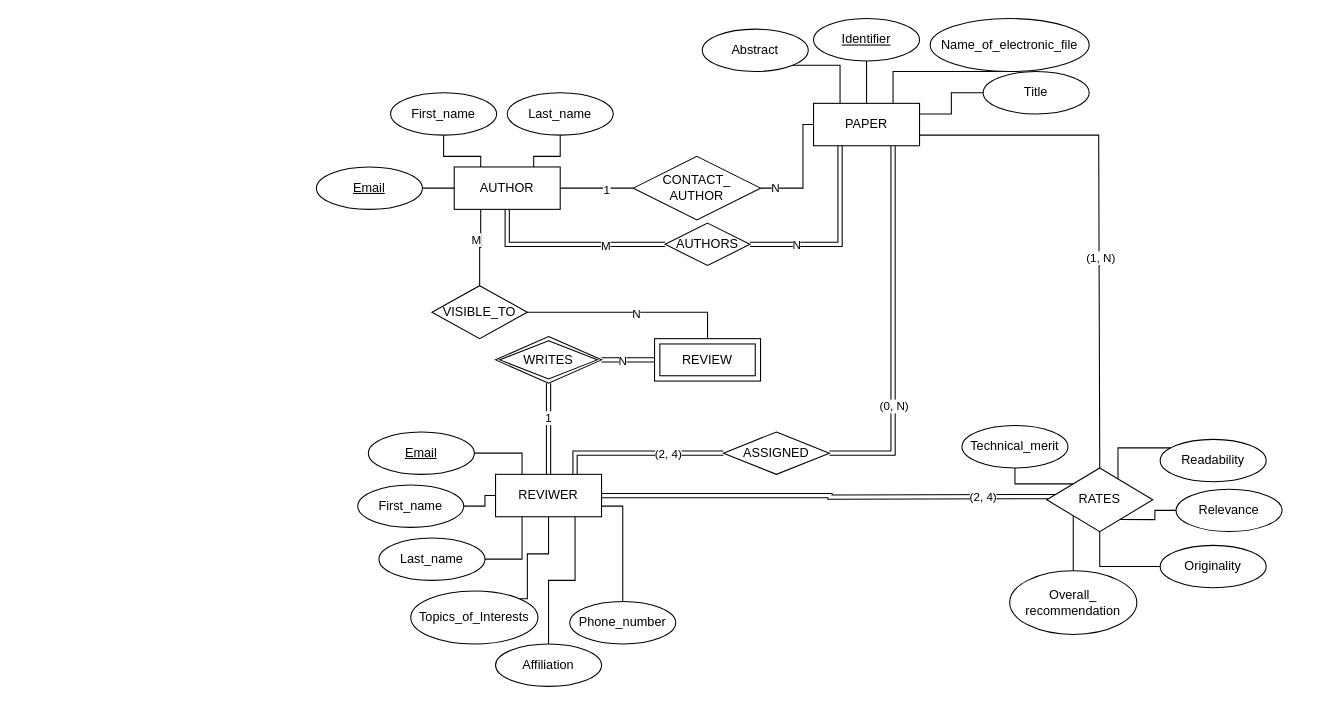
cloudyyoung/cpsc-471 keeps this draw.io diagram as page "3.34" (2 of 4) of Untitled Diagram.drawio. Above is the earlier version. Source tidied: cells renumbered, new cells numbered last; positions are measured from the earlier drawing's top-left corner, leaving out a move shared by most shapes. Both pictures are drawn from the tidied source at 106%, with x=0, y=0 at pixel (316, 18).
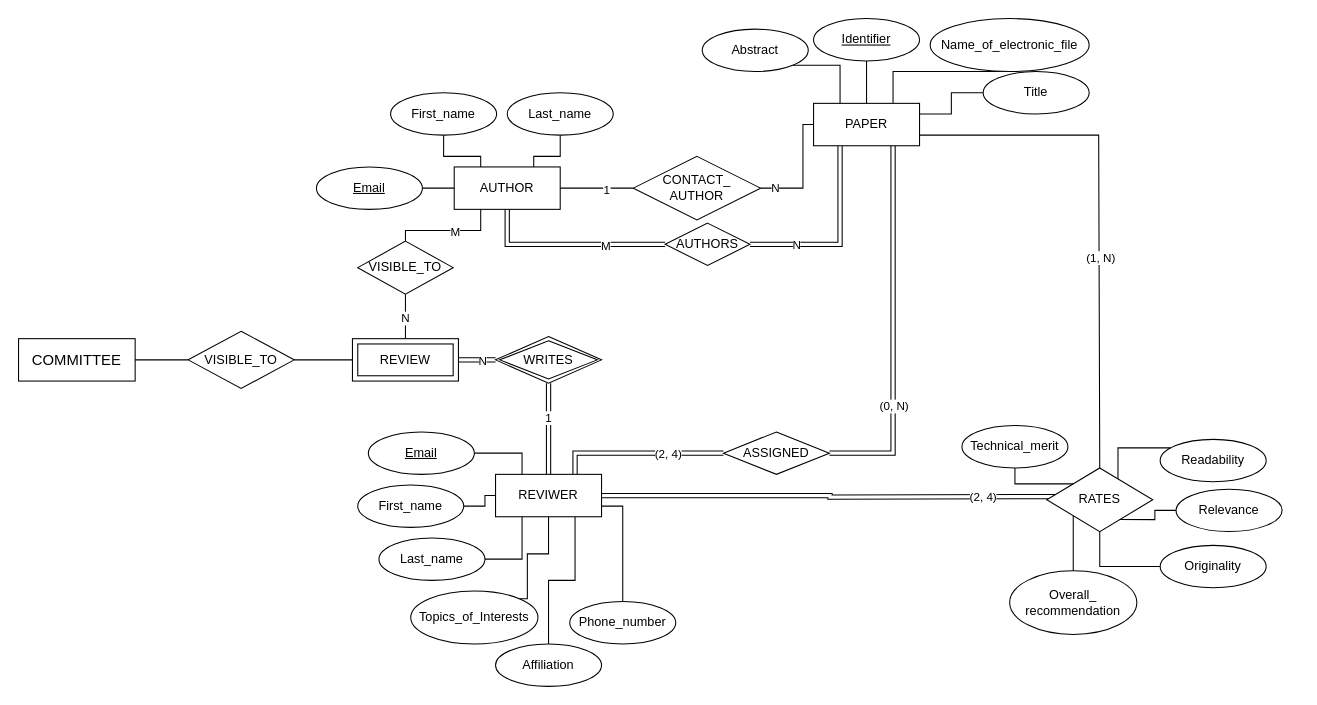
The same page after the edit.

Unchanged cells that the change refers to:
```xml
<mxCell id="3" value="AUTHOR" style="whiteSpace=wrap;html=1;align=center;" parent="2" vertex="1">
  <mxGeometry x="130" y="70" width="100" height="40" as="geometry" />
</mxCell>
<mxCell id="74" value="WRITES" style="shape=rhombus;double=1;perimeter=rhombusPerimeter;whiteSpace=wrap;html=1;align=center;strokeColor=default;fillColor=default;" parent="1" vertex="1">
  <mxGeometry x="169" y="300" width="100" height="44" as="geometry" />
</mxCell>
```

The edit, as a diff of the source:
```diff
@@
-    <mxCell id="32" style="edgeStyle=orthogonalEdgeStyle;rounded=0;jettySize=auto;html=1;entryX=0;entryY=0.5;entryDx=0;entryDy=0;endArrow=none;endFill=0;strokeColor=default;exitX=1;exitY=0.5;exitDx=0;exitDy=0;shape=link;" parent="1" edge="1" source="74" target="61">
+    <mxCell id="32" style="edgeStyle=orthogonalEdgeStyle;rounded=0;jettySize=auto;html=1;entryX=1;entryY=0.5;entryDx=0;entryDy=0;endArrow=none;endFill=0;strokeColor=default;exitX=0;exitY=0.5;exitDx=0;exitDy=0;shape=link;" parent="1" edge="1" source="74" target="61">
       <mxGeometry relative="1" as="geometry" />
     </mxCell>
@@
     <mxCell id="56" style="edgeStyle=orthogonalEdgeStyle;rounded=0;jettySize=auto;html=1;exitX=0.5;exitY=0;exitDx=0;exitDy=0;entryX=0.25;entryY=1;entryDx=0;entryDy=0;endArrow=none;endFill=0;strokeColor=default;" parent="1" edge="1" source="58" target="3">
-      <mxGeometry relative="1" as="geometry" />
+      <mxGeometry relative="1" as="geometry">
+        <Array as="points">
+          <mxPoint x="84" y="200" />
+          <mxPoint x="155" y="200" />
+        </Array>
+      </mxGeometry>
     </mxCell>
@@
     <mxCell id="58" value="VISIBLE_TO" style="shape=rhombus;perimeter=rhombusPerimeter;whiteSpace=wrap;html=1;align=center;strokeColor=default;fillColor=default;" parent="1" vertex="1">
-      <mxGeometry x="109" y="252" width="90" height="50" as="geometry" />
+      <mxGeometry x="39" y="210" width="90" height="50" as="geometry" />
     </mxCell>
-    <mxCell id="59" style="edgeStyle=orthogonalEdgeStyle;rounded=0;jettySize=auto;html=1;exitX=0.5;exitY=0;exitDx=0;exitDy=0;entryX=1;entryY=0.5;entryDx=0;entryDy=0;endArrow=none;endFill=0;strokeColor=default;" parent="1" edge="1" source="61" target="58">
-      <mxGeometry relative="1" as="geometry" />
+    <mxCell id="59" style="edgeStyle=orthogonalEdgeStyle;rounded=0;jettySize=auto;html=1;exitX=0.5;exitY=0;exitDx=0;exitDy=0;entryX=0.5;entryY=1;entryDx=0;entryDy=0;endArrow=none;endFill=0;strokeColor=default;" parent="1" edge="1" source="61" target="58">
+      <mxGeometry relative="1" as="geometry">
+        <Array as="points">
+          <mxPoint x="84" y="260" />
+        </Array>
+      </mxGeometry>
     </mxCell>
@@
     <mxCell id="61" value="REVIEW" style="shape=ext;margin=3;double=1;whiteSpace=wrap;html=1;align=center;strokeColor=default;" parent="1" vertex="1">
-      <mxGeometry x="319" y="302" width="100" height="40" as="geometry" />
+      <mxGeometry x="34" y="302" width="100" height="40" as="geometry" />
     </mxCell>
@@
+    <mxCell id="75" value="COMMITTEE" style="whiteSpace=wrap;html=1;align=center;labelBackgroundColor=none;fontSize=14;" parent="1" vertex="1">
+      <mxGeometry x="-281" y="302" width="110" height="40" as="geometry" />
+    </mxCell>
+    <mxCell id="76" style="edgeStyle=orthogonalEdgeStyle;rounded=0;jettySize=auto;html=1;fontSize=14;endArrow=none;endFill=0;" parent="1" edge="1" source="78" target="61">
+      <mxGeometry relative="1" as="geometry" />
+    </mxCell>
+    <mxCell id="77" style="edgeStyle=orthogonalEdgeStyle;rounded=0;jettySize=auto;html=1;fontSize=14;endArrow=none;endFill=0;" parent="1" edge="1" source="78" target="75">
+      <mxGeometry relative="1" as="geometry" />
+    </mxCell>
+    <mxCell id="78" value="VISIBLE_TO" style="rhombus;whiteSpace=wrap;html=1;strokeColor=default;" parent="1" vertex="1">
+      <mxGeometry x="-121" y="295" width="100" height="54" as="geometry" />
+    </mxCell>
```
